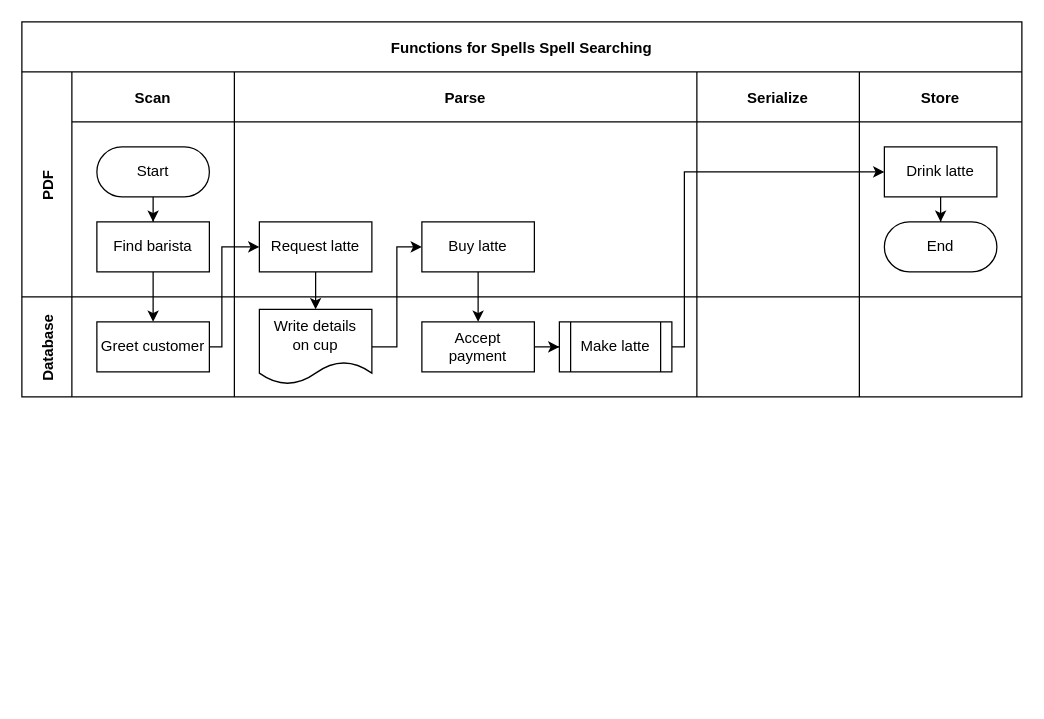
Earlier version of the draw.io diagram spell-searcher-functions.drawio (Luke-Jenkins/spell-searcher). Source tidied: cells renumbered, new cells numbered last; positions are measured from the earlier drawing's top-left corner, leaving out a move shared by most shapes. Both pictures are drawn from the tidied source at 125%, with x=0, y=0 at pixel (21, 21).
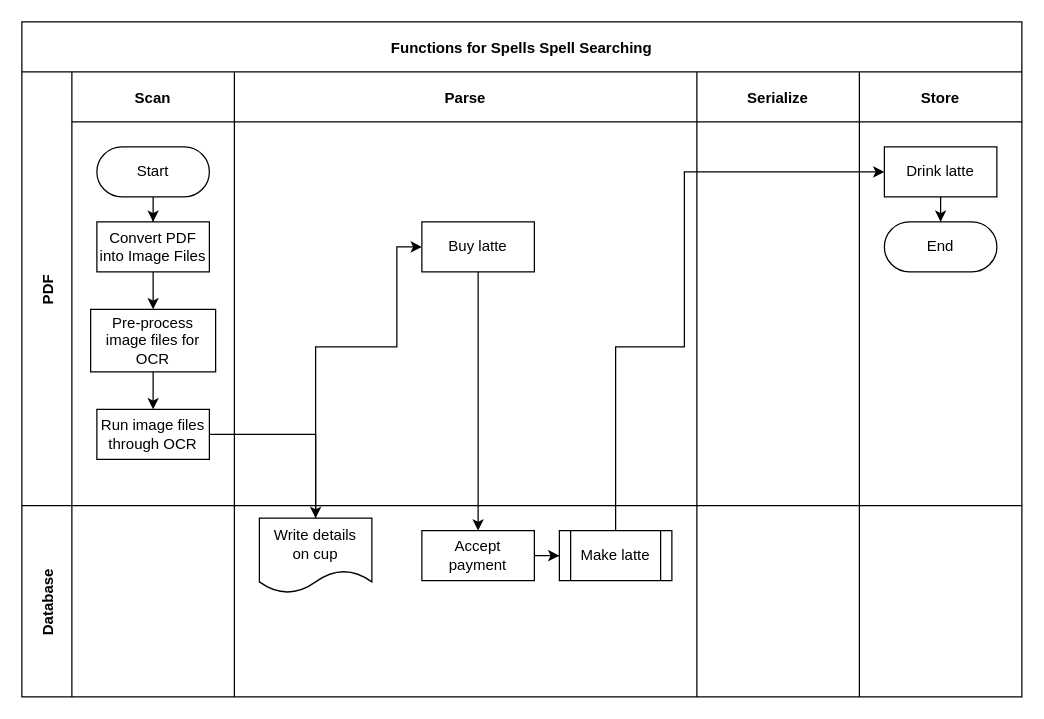
After the change.

Commit message:
Added functions for PDF under Scan class

The edit, as a diff of the source:
```diff
@@
     <mxCell id="2" value="Functions for Spells Spell Searching" style="shape=table;childLayout=tableLayout;startSize=40;fillColor=none;fontStyle=1;" parent="1" vertex="1">
-      <mxGeometry width="800" height="300" as="geometry" />
+      <mxGeometry width="800" height="540" as="geometry" />
     </mxCell>
-    <mxCell id="3" style="edgeStyle=orthogonalEdgeStyle;rounded=0;jettySize=auto;html=1;" parent="2" edge="1" source="8" target="24">
-      <mxGeometry relative="1" as="geometry" />
-    </mxCell>
     <mxCell id="4" value="PDF" style="shape=tableRow;horizontal=0;swimlaneHead=0;swimlaneBody=0;top=0;left=0;bottom=0;right=0;fillColor=none;startSize=40;fontStyle=1;" parent="2" vertex="1">
-      <mxGeometry y="40" width="800" height="180" as="geometry" />
+      <mxGeometry y="40" width="800" height="347" as="geometry" />
     </mxCell>
     <mxCell id="5" value="Scan" style="swimlane;swimlaneHead=0;swimlaneBody=0;fillColor=none;startSize=40;fontStyle=1;" parent="4" vertex="1">
-      <mxGeometry x="40" width="130" height="180" as="geometry" />
+      <mxGeometry x="40" width="130" height="347" as="geometry" />
     </mxCell>
@@
-    <mxCell id="8" value="Find barista" style="rounded=0;whiteSpace=wrap;html=1;" parent="5" vertex="1">
+    <mxCell id="8" value="Convert PDF into Image Files" style="rounded=0;whiteSpace=wrap;html=1;" parent="5" vertex="1">
       <mxGeometry x="20" y="120" width="90" height="40" as="geometry" />
     </mxCell>
+    <mxCell id="24" value="Pre-process image files for OCR" style="rounded=0;whiteSpace=wrap;html=1;" parent="5" vertex="1">
+      <mxGeometry x="15" y="190" width="100" height="50" as="geometry" />
+    </mxCell>
+    <mxCell id="3" style="edgeStyle=orthogonalEdgeStyle;rounded=0;jettySize=auto;html=1;" parent="5" edge="1" source="8" target="24">
+      <mxGeometry relative="1" as="geometry" />
+    </mxCell>
+    <mxCell id="10" value="Run image files through OCR" style="rounded=0;whiteSpace=wrap;html=1;" parent="5" vertex="1">
+      <mxGeometry x="20" y="270" width="90" height="40" as="geometry" />
+    </mxCell>
+    <mxCell id="17" style="rounded=0;jettySize=auto;html=1;" parent="5" edge="1" source="24" target="10">
+      <mxGeometry relative="1" as="geometry" />
+    </mxCell>
     <mxCell id="9" value="Parse" style="swimlane;swimlaneHead=0;swimlaneBody=0;fillColor=none;startSize=40;fontStyle=1;" parent="4" vertex="1">
-      <mxGeometry x="170" width="370" height="180" as="geometry" />
+      <mxGeometry x="170" width="370" height="347" as="geometry" />
     </mxCell>
-    <mxCell id="10" value="Request latte" style="rounded=0;whiteSpace=wrap;html=1;" parent="9" vertex="1">
-      <mxGeometry x="20" y="120" width="90" height="40" as="geometry" />
-    </mxCell>
@@
     <mxCell id="12" value="Serialize" style="swimlane;swimlaneHead=0;swimlaneBody=0;fillColor=none;startSize=40;fontStyle=1;" parent="4" vertex="1">
-      <mxGeometry x="540" width="130" height="180" as="geometry" />
+      <mxGeometry x="540" width="130" height="347" as="geometry" />
     </mxCell>
     <mxCell id="13" value="Store" style="swimlane;swimlaneHead=0;swimlaneBody=0;fillColor=none;startSize=40;fontStyle=1;" parent="4" vertex="1">
-      <mxGeometry x="670" width="130" height="180" as="geometry" />
+      <mxGeometry x="670" width="130" height="347" as="geometry" />
     </mxCell>
@@
-    <mxCell id="17" style="edgeStyle=orthogonalEdgeStyle;rounded=0;jettySize=auto;html=1;" parent="2" edge="1" source="24" target="10">
-      <mxGeometry relative="1" as="geometry">
-        <Array as="points">
-          <mxPoint x="160" y="260" />
-          <mxPoint x="160" y="180" />
-        </Array>
-      </mxGeometry>
-    </mxCell>
@@
     <mxCell id="22" value="Database" style="shape=tableRow;horizontal=0;swimlaneHead=0;swimlaneBody=0;top=0;left=0;bottom=0;right=0;fillColor=none;startSize=40;fontStyle=1;" parent="2" vertex="1">
-      <mxGeometry y="220" width="800" height="80" as="geometry" />
+      <mxGeometry y="387" width="800" height="153" as="geometry" />
     </mxCell>
     <mxCell id="23" style="swimlane;swimlaneHead=0;swimlaneBody=0;fillColor=none;startSize=0;fontStyle=1;" parent="22" vertex="1">
-      <mxGeometry x="40" width="130" height="80" as="geometry" />
+      <mxGeometry x="40" width="130" height="153" as="geometry" />
     </mxCell>
-    <mxCell id="24" value="Greet customer" style="rounded=0;whiteSpace=wrap;html=1;" parent="23" vertex="1">
-      <mxGeometry x="20" y="20" width="90" height="40" as="geometry" />
-    </mxCell>
     <mxCell id="25" style="swimlane;swimlaneHead=0;swimlaneBody=0;fillColor=none;startSize=0;fontStyle=1;" parent="22" vertex="1">
-      <mxGeometry x="170" width="370" height="80" as="geometry" />
+      <mxGeometry x="170" width="370" height="153" as="geometry" />
     </mxCell>
@@
     <mxCell id="30" style="swimlane;swimlaneHead=0;swimlaneBody=0;fillColor=none;startSize=0;fontStyle=1;" parent="22" vertex="1">
-      <mxGeometry x="540" width="130" height="80" as="geometry" />
+      <mxGeometry x="540" width="130" height="153" as="geometry" />
     </mxCell>
     <mxCell id="31" style="swimlane;swimlaneHead=0;swimlaneBody=0;fillColor=none;startSize=0;fontStyle=1;" parent="22" vertex="1">
-      <mxGeometry x="670" width="130" height="80" as="geometry" />
+      <mxGeometry x="670" width="130" height="153" as="geometry" />
     </mxCell>
```
